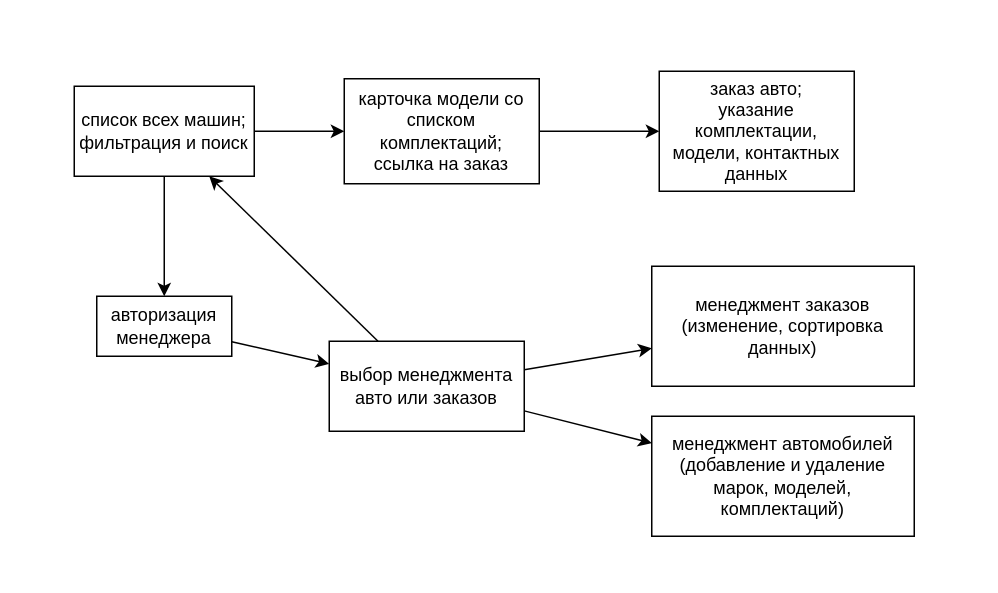
Earlier version of the draw.io diagram docs/pages.drawio (blinlol/dealership). Source tidied: cells renumbered, new cells numbered last; positions are measured from the earlier drawing's top-left corner, leaving out a move shared by most shapes. Both pictures are drawn from the tidied source at 150%, with x=0, y=0 at pixel (74, 70).
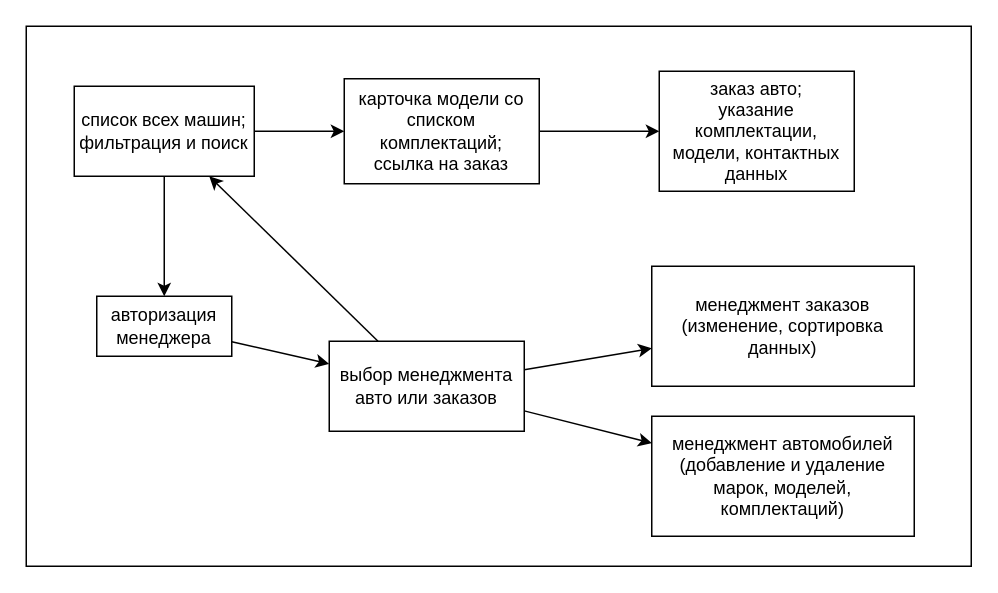
The same diagram, later.

Change to the diagram source:
```diff
@@
 <mxGraphModel>
   <root>
     <mxCell id="0" />
     <mxCell id="1" parent="0" />
+    <mxCell id="16" style="rounded=0;whiteSpace=wrap;html=1;fillColor=#FFFFFF;" parent="1" vertex="1">
+      <mxGeometry x="-32" y="-30" width="630" height="360" as="geometry" />
+    </mxCell>
     <mxCell id="2" style="edgeStyle=none;html=1;" parent="1" edge="1" source="3" target="13">
       <mxGeometry relative="1" as="geometry" />
     </mxCell>
     <mxCell id="3" value="авторизация менеджера" style="rounded=0;whiteSpace=wrap;html=1;" parent="1" vertex="1">
       <mxGeometry x="15" y="150" width="90" height="40" as="geometry" />
     </mxCell>
     <mxCell id="4" style="edgeStyle=none;html=1;" parent="1" edge="1" source="6" target="8">
       <mxGeometry relative="1" as="geometry" />
     </mxCell>
     <mxCell id="5" style="edgeStyle=none;html=1;" parent="1" edge="1" source="6" target="3">
       <mxGeometry relative="1" as="geometry" />
     </mxCell>
     <mxCell id="6" value="список всех машин;&lt;br&gt;фильтрация и поиск" style="whiteSpace=wrap;html=1;rounded=0;" parent="1" vertex="1">
       <mxGeometry y="10" width="120" height="60" as="geometry" />
     </mxCell>
     <mxCell id="7" style="edgeStyle=none;html=1;" parent="1" edge="1" source="8" target="9">
       <mxGeometry relative="1" as="geometry" />
     </mxCell>
     <mxCell id="8" value="карточка модели со списком комплектаций;&lt;br&gt;ссылка на заказ" style="whiteSpace=wrap;html=1;rounded=0;" parent="1" vertex="1">
       <mxGeometry x="180" y="5" width="130" height="70" as="geometry" />
     </mxCell>
     <mxCell id="9" value="заказ авто;&lt;br&gt;указание комплектации, модели, контактных данных" style="whiteSpace=wrap;html=1;rounded=0;" parent="1" vertex="1">
       <mxGeometry x="390" width="130" height="80" as="geometry" />
     </mxCell>
     <mxCell id="10" style="edgeStyle=none;html=1;" parent="1" edge="1" source="13" target="14">
       <mxGeometry relative="1" as="geometry" />
     </mxCell>
     <mxCell id="11" style="edgeStyle=none;html=1;" parent="1" edge="1" source="13" target="15">
       <mxGeometry relative="1" as="geometry" />
     </mxCell>
     <mxCell id="12" style="edgeStyle=none;html=1;exitX=0.25;exitY=0;exitDx=0;exitDy=0;entryX=0.75;entryY=1;entryDx=0;entryDy=0;" parent="1" edge="1" source="13" target="6">
       <mxGeometry relative="1" as="geometry" />
     </mxCell>
     <mxCell id="13" value="выбор менеджмента авто или заказов" style="whiteSpace=wrap;html=1;rounded=0;" parent="1" vertex="1">
       <mxGeometry x="170" y="180" width="130" height="60" as="geometry" />
     </mxCell>
     <mxCell id="14" value="менеджмент заказов (изменение, сортировка данных)" style="whiteSpace=wrap;html=1;rounded=0;" parent="1" vertex="1">
       <mxGeometry x="385" y="130" width="175" height="80" as="geometry" />
     </mxCell>
     <mxCell id="15" value="менеджмент автомобилей (добавление и удаление марок, моделей, комплектаций)" style="whiteSpace=wrap;html=1;rounded=0;" parent="1" vertex="1">
       <mxGeometry x="385" y="230" width="175" height="80" as="geometry" />
     </mxCell>
   </root>
 </mxGraphModel>
```
